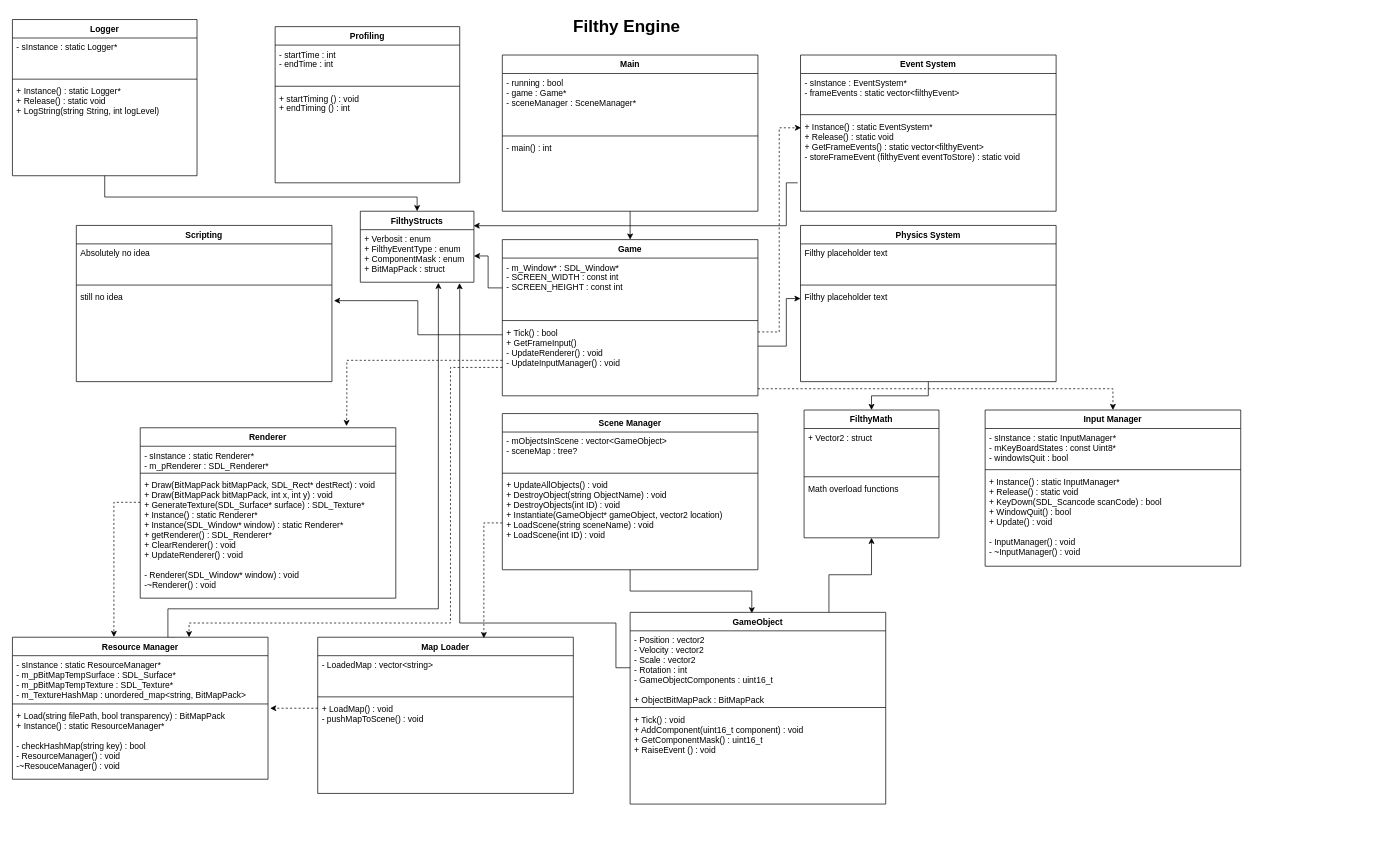
Earlier version of the draw.io diagram SDLMark1/FilthyEngine.drawio (Oshawatt123/UniGameEngine). Source tidied: cells renumbered, new cells numbered last; positions are measured from the earlier drawing's top-left corner, leaving out a move shared by most shapes. Both pictures are drawn from the tidied source at 71%, with x=0, y=0 at pixel (12, 12).
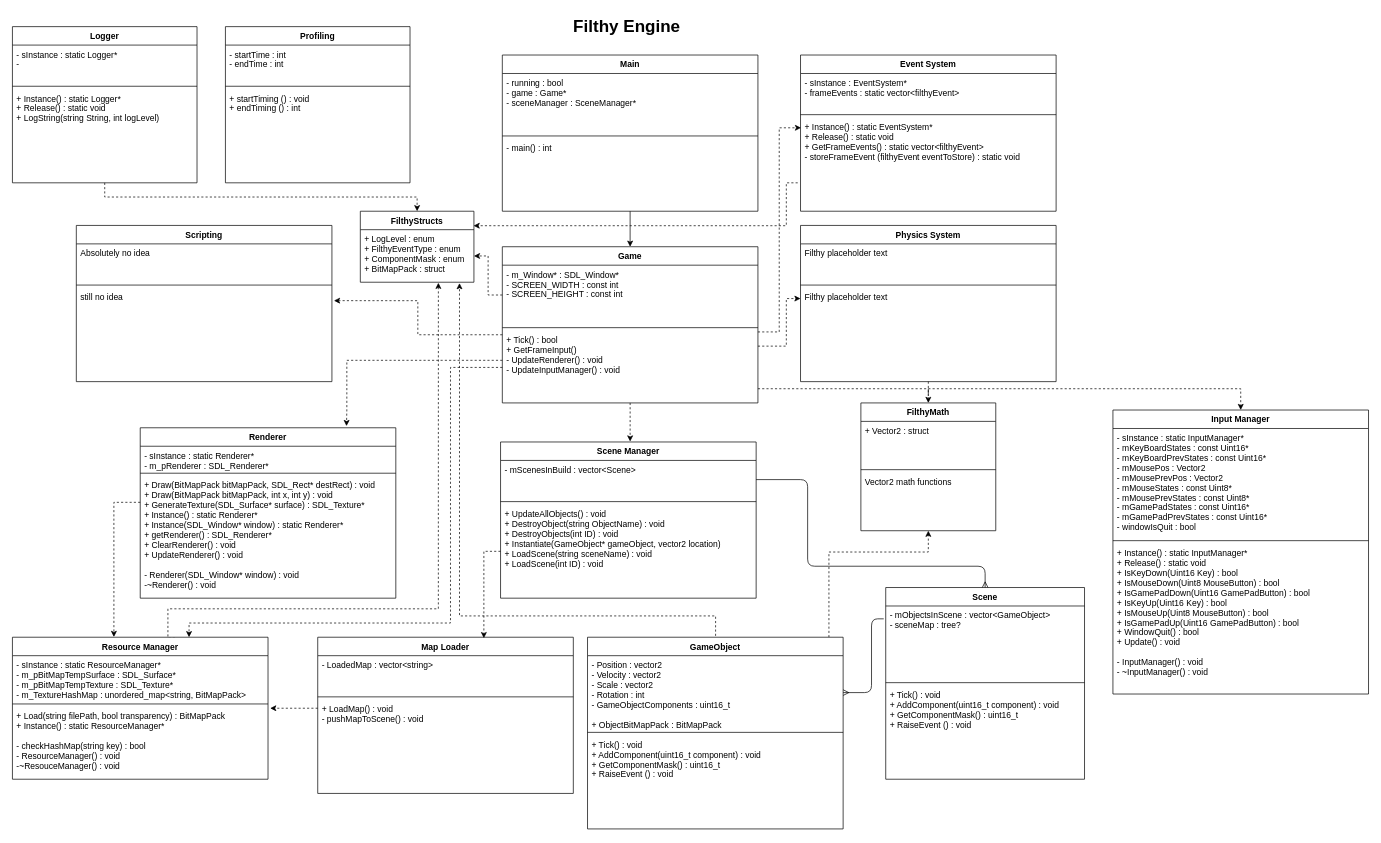
The same page after the edit.

Commit message (it also covers changes not shown here):
Engine proposal changes

Unchanged cells that the change refers to:
```xml
<mxCell id="13" value="Resource Manager" style="swimlane;fontStyle=1;align=center;verticalAlign=top;horizontal=1;startSize=26;" parent="1" vertex="1">
  <mxGeometry y="880" width="360" height="200" as="geometry" />
</mxCell>
<mxCell id="22" value="- m_Window* : SDL_Window*&#10;- SCREEN_WIDTH : const int&#10;- SCREEN_HEIGHT : const int" style="text;strokeColor=none;fillColor=none;align=left;verticalAlign=top;spacingLeft=4;spacingRight=4;overflow=hidden;points=[[0,0.5],[1,0.5]];portConstraint=eastwest;" parent="21" vertex="1">
  <mxGeometry y="26" width="360" height="84" as="geometry" />
</mxCell>
<mxCell id="26" value="Main" style="swimlane;fontStyle=1;align=center;verticalAlign=top;horizontal=1;startSize=26;" parent="1" vertex="1">
  <mxGeometry x="690" y="60" width="360" height="220" as="geometry" />
</mxCell>
<mxCell id="43" value="+ Instance() : static EventSystem*&#10;+ Release() : static void&#10;+ GetFrameEvents() : static vector&lt;filthyEvent&gt;&#10;- storeFrameEvent (filthyEvent eventToStore) : static void" style="text;strokeColor=none;fillColor=none;align=left;verticalAlign=top;spacingLeft=4;spacingRight=4;overflow=hidden;points=[[0,0.5],[1,0.5]];portConstraint=eastwest;" parent="40" vertex="1">
  <mxGeometry y="88" width="360" height="132" as="geometry" />
</mxCell>
<mxCell id="50" value="- Position : vector2&#10;- Velocity : vector2&#10;- Scale : vector2&#10;- Rotation : int&#10;- GameObjectComponents : uint16_t&#10;&#10;+ ObjectBitMapPack : BitMapPack" style="text;strokeColor=none;fillColor=none;align=left;verticalAlign=top;spacingLeft=4;spacingRight=4;overflow=hidden;points=[[0,0.5],[1,0.5]];portConstraint=eastwest;" parent="49" vertex="1">
  <mxGeometry y="26" width="360" height="104" as="geometry" />
</mxCell>
<mxCell id="54" value="Physics System" style="swimlane;fontStyle=1;align=center;verticalAlign=top;horizontal=1;startSize=26;" parent="1" vertex="1">
  <mxGeometry x="1110" y="300" width="360" height="220" as="geometry" />
</mxCell>
<mxCell id="57" value="Filthy placeholder text" style="text;strokeColor=none;fillColor=none;align=left;verticalAlign=top;spacingLeft=4;spacingRight=4;overflow=hidden;points=[[0,0.5],[1,0.5]];portConstraint=eastwest;" parent="54" vertex="1">
  <mxGeometry y="88" width="360" height="132" as="geometry" />
</mxCell>
<mxCell id="61" value="still no idea" style="text;strokeColor=none;fillColor=none;align=left;verticalAlign=top;spacingLeft=4;spacingRight=4;overflow=hidden;points=[[0,0.5],[1,0.5]];portConstraint=eastwest;" parent="58" vertex="1">
  <mxGeometry y="88" width="360" height="132" as="geometry" />
</mxCell>
<mxCell id="71" value="FilthyStructs" style="swimlane;fontStyle=1;horizontal=1;startSize=26;fillColor=none;" parent="1" vertex="1">
  <mxGeometry x="490" y="280" width="160" height="100" as="geometry" />
</mxCell>
```

Change to the diagram source:
```diff
@@
     <mxCell id="8" value="Input Manager" style="swimlane;fontStyle=1;align=center;verticalAlign=top;horizontal=1;startSize=26;" parent="1" vertex="1">
-      <mxGeometry x="1370" y="560" width="360" height="220" as="geometry" />
+      <mxGeometry x="1550" y="560" width="360" height="400" as="geometry" />
     </mxCell>
-    <mxCell id="9" value="- sInstance : static InputManager*&#10;- mKeyBoardStates : const Uint8*&#10;- windowIsQuit : bool" style="text;strokeColor=none;fillColor=none;align=left;verticalAlign=top;spacingLeft=4;spacingRight=4;overflow=hidden;" parent="8" vertex="1">
-      <mxGeometry y="26" width="360" height="54" as="geometry" />
+    <mxCell id="9" value="- sInstance : static InputManager*&#10;- mKeyBoardStates : const Uint16*&#10;- mKeyBoardPrevStates : const Uint16*&#10;- mMousePos : Vector2&#10;- mMousePrevPos : Vector2&#10;- mMouseStates : const Uint8*&#10;- mMousePrevStates : const Uint8*&#10;- mGamePadStates : const Uint16*&#10;- mGamePadPrevStates : const Uint16*&#10;- windowIsQuit : bool" style="text;strokeColor=none;fillColor=none;align=left;verticalAlign=top;spacingLeft=4;spacingRight=4;overflow=hidden;" parent="8" vertex="1">
+      <mxGeometry y="26" width="360" height="154" as="geometry" />
     </mxCell>
     <mxCell id="10" style="line;strokeWidth=1;fillColor=none;align=left;verticalAlign=middle;spacingTop=-1;spacingLeft=3;spacingRight=3;labelPosition=right;" parent="8" vertex="1">
-      <mxGeometry y="80" width="360" height="8" as="geometry" />
+      <mxGeometry y="180" width="360" height="8" as="geometry" />
     </mxCell>
-    <mxCell id="11" value="+ Instance() : static InputManager*&#10;+ Release() : static void&#10;+ KeyDown(SDL_Scancode scanCode) : bool&#10;+ WindowQuit() : bool&#10;+ Update() : void&#10;&#10;- InputManager() : void&#10;- ~InputManager() : void" style="text;strokeColor=none;fillColor=none;align=left;verticalAlign=top;spacingLeft=4;spacingRight=4;overflow=hidden;" parent="8" vertex="1">
-      <mxGeometry y="88" width="360" height="132" as="geometry" />
+    <mxCell id="11" value="+ Instance() : static InputManager*&#10;+ Release() : static void&#10;+ IsKeyDown(Uint16 Key) : bool&#10;+ IsMouseDown(Uint8 MouseButton) : bool&#10;+ IsGamePadDown(Uint16 GamePadButton) : bool&#10;+ IsKeyUp(Uint16 Key) : bool&#10;+ IsMouseUp(Uint8 MouseButton) : bool&#10;+ IsGamePadUp(Uint16 GamePadButton) : bool&#10;+ WindowQuit() : bool&#10;+ Update() : void&#10;&#10;- InputManager() : void&#10;- ~InputManager() : void" style="text;strokeColor=none;fillColor=none;align=left;verticalAlign=top;spacingLeft=4;spacingRight=4;overflow=hidden;" parent="8" vertex="1">
+      <mxGeometry y="188" width="360" height="212" as="geometry" />
     </mxCell>
-    <mxCell id="12" style="edgeStyle=orthogonalEdgeStyle;rounded=0;jettySize=auto;html=1;entryX=0.687;entryY=1.011;entryDx=0;entryDy=0;entryPerimeter=0;strokeColor=#000000;exitX=0.636;exitY=0.005;exitDx=0;exitDy=0;exitPerimeter=0;" parent="1" edge="1" source="13" target="72">
+    <mxCell id="12" style="edgeStyle=orthogonalEdgeStyle;rounded=0;jettySize=auto;html=1;entryX=0.687;entryY=1.011;entryDx=0;entryDy=0;entryPerimeter=0;strokeColor=#000000;exitX=0.636;exitY=0.005;exitDx=0;exitDy=0;exitPerimeter=0;dashed=1;" parent="1" edge="1" source="13" target="72">
       <mxGeometry relative="1" as="geometry">
         <Array as="points">
           <mxPoint x="219" y="840" />
           <mxPoint x="600" y="840" />
         </Array>
       </mxGeometry>
     </mxCell>
@@
-    <mxCell id="18" style="edgeStyle=orthogonalEdgeStyle;rounded=0;jettySize=auto;html=1;entryX=1.008;entryY=0.136;entryDx=0;entryDy=0;entryPerimeter=0;" parent="1" edge="1" source="21" target="61">
+    <mxCell id="18" style="edgeStyle=orthogonalEdgeStyle;rounded=0;jettySize=auto;html=1;entryX=1.008;entryY=0.136;entryDx=0;entryDy=0;entryPerimeter=0;dashed=1;" parent="1" edge="1" source="21" target="61">
       <mxGeometry relative="1" as="geometry">
         <Array as="points">
           <mxPoint x="571" y="454" />
           <mxPoint x="571" y="406" />
         </Array>
       </mxGeometry>
     </mxCell>
-    <mxCell id="19" style="edgeStyle=orthogonalEdgeStyle;rounded=0;jettySize=auto;html=1;entryX=0;entryY=0.114;entryDx=0;entryDy=0;entryPerimeter=0;" parent="1" edge="1" source="21" target="57">
+    <mxCell id="19" style="edgeStyle=orthogonalEdgeStyle;rounded=0;jettySize=auto;html=1;entryX=0;entryY=0.114;entryDx=0;entryDy=0;entryPerimeter=0;dashed=1;" parent="1" edge="1" source="21" target="57">
       <mxGeometry relative="1" as="geometry">
         <Array as="points">
           <mxPoint x="1090" y="470" />
           <mxPoint x="1090" y="403" />
         </Array>
       </mxGeometry>
     </mxCell>
     <mxCell id="20" style="edgeStyle=orthogonalEdgeStyle;rounded=0;jettySize=auto;html=1;entryX=0.5;entryY=0;entryDx=0;entryDy=0;dashed=1;" parent="1" edge="1" source="21" target="8">
       <mxGeometry relative="1" as="geometry">
         <Array as="points">
-          <mxPoint x="1550" y="530" />
+          <mxPoint x="1730" y="530" />
         </Array>
       </mxGeometry>
     </mxCell>
+    <mxCell id="79" style="edgeStyle=orthogonalEdgeStyle;rounded=0;jettySize=auto;html=1;entryX=0.507;entryY=-0.003;entryDx=0;entryDy=0;entryPerimeter=0;dashed=1;" parent="1" edge="1" source="21" target="31">
+      <mxGeometry relative="1" as="geometry" />
+    </mxCell>
     <mxCell id="21" value="Game" style="swimlane;fontStyle=1;align=center;verticalAlign=top;horizontal=1;startSize=26;" parent="1" vertex="1">
-      <mxGeometry x="690" y="320" width="360" height="220" as="geometry" />
+      <mxGeometry x="690" y="330" width="360" height="220" as="geometry" />
     </mxCell>
@@
-    <mxCell id="25" style="edgeStyle=orthogonalEdgeStyle;rounded=0;jettySize=auto;html=1;entryX=0.5;entryY=0;entryDx=0;entryDy=0;" parent="1" edge="1" source="26" target="21">
+    <mxCell id="25" style="rounded=0;jettySize=auto;html=1;entryX=0.5;entryY=0;entryDx=0;entryDy=0;elbow=vertical;" parent="1" edge="1" source="26" target="21">
       <mxGeometry relative="1" as="geometry" />
     </mxCell>
@@
-    <mxCell id="30" style="edgeStyle=orthogonalEdgeStyle;rounded=0;jettySize=auto;html=1;entryX=0.476;entryY=0.005;entryDx=0;entryDy=0;entryPerimeter=0;strokeColor=#000000;" parent="1" edge="1" source="31" target="49">
-      <mxGeometry relative="1" as="geometry" />
-    </mxCell>
     <mxCell id="31" value="Scene Manager" style="swimlane;fontStyle=1;align=center;verticalAlign=top;horizontal=1;startSize=26;" parent="1" vertex="1">
-      <mxGeometry x="690" y="565" width="360" height="220" as="geometry" />
+      <mxGeometry x="687.5" y="605" width="360" height="220" as="geometry" />
     </mxCell>
-    <mxCell id="32" value="- mObjectsInScene : vector&lt;GameObject&gt;&#10;- sceneMap : tree?" style="text;strokeColor=none;fillColor=none;align=left;verticalAlign=top;spacingLeft=4;spacingRight=4;overflow=hidden;points=[[0,0.5],[1,0.5]];portConstraint=eastwest;" parent="31" vertex="1">
+    <mxCell id="32" value="- mScenesInBuild : vector&lt;Scene&gt;" style="text;strokeColor=none;fillColor=none;align=left;verticalAlign=top;spacingLeft=4;spacingRight=4;overflow=hidden;points=[[0,0.5],[1,0.5]];portConstraint=eastwest;" parent="31" vertex="1">
       <mxGeometry y="26" width="360" height="54" as="geometry" />
     </mxCell>
@@
-    <mxCell id="35" style="edgeStyle=orthogonalEdgeStyle;rounded=0;jettySize=auto;html=1;entryX=0.5;entryY=0;entryDx=0;entryDy=0;strokeColor=#000000;" parent="1" edge="1" source="36" target="71">
+    <mxCell id="35" style="edgeStyle=orthogonalEdgeStyle;rounded=0;jettySize=auto;html=1;entryX=0.5;entryY=0;entryDx=0;entryDy=0;strokeColor=#000000;dashed=1;" parent="1" edge="1" source="36" target="71">
       <mxGeometry relative="1" as="geometry">
         <Array as="points">
           <mxPoint x="130" y="260" />
           <mxPoint x="570" y="260" />
         </Array>
       </mxGeometry>
     </mxCell>
     <mxCell id="36" value="Logger" style="swimlane;fontStyle=1;align=center;verticalAlign=top;horizontal=1;startSize=26;" parent="1" vertex="1">
-      <mxGeometry y="10" width="260" height="220" as="geometry" />
+      <mxGeometry y="20" width="260" height="220" as="geometry" />
     </mxCell>
-    <mxCell id="37" value="- sInstance : static Logger*" style="text;strokeColor=none;fillColor=none;align=left;verticalAlign=top;spacingLeft=4;spacingRight=4;overflow=hidden;" parent="36" vertex="1">
+    <mxCell id="37" value="- sInstance : static Logger*&#10;- " style="text;strokeColor=none;fillColor=none;align=left;verticalAlign=top;spacingLeft=4;spacingRight=4;overflow=hidden;" parent="36" vertex="1">
       <mxGeometry y="26" width="260" height="54" as="geometry" />
     </mxCell>
@@
     <mxCell id="44" value="Profiling" style="swimlane;fontStyle=1;align=center;verticalAlign=top;horizontal=1;startSize=26;" parent="1" vertex="1">
-      <mxGeometry x="370" y="20" width="260" height="220" as="geometry" />
+      <mxGeometry x="300" y="20" width="260" height="220" as="geometry" />
     </mxCell>
@@
-    <mxCell id="48" style="edgeStyle=orthogonalEdgeStyle;rounded=0;jettySize=auto;html=1;entryX=0.5;entryY=1;entryDx=0;entryDy=0;entryPerimeter=0;strokeColor=#000000;" parent="1" edge="1" source="49" target="69">
+    <mxCell id="48" style="edgeStyle=orthogonalEdgeStyle;rounded=0;jettySize=auto;html=1;entryX=0.5;entryY=1;entryDx=0;entryDy=0;entryPerimeter=0;strokeColor=#000000;dashed=1;" parent="1" edge="1" source="49" target="69">
       <mxGeometry relative="1" as="geometry">
         <Array as="points">
-          <mxPoint x="1150" y="792" />
-          <mxPoint x="1210" y="792" />
+          <mxPoint x="1150" y="760" />
         </Array>
       </mxGeometry>
     </mxCell>
     <mxCell id="49" value="GameObject" style="swimlane;fontStyle=1;align=center;verticalAlign=top;horizontal=1;startSize=26;" parent="1" vertex="1">
-      <mxGeometry x="870" y="845" width="360" height="270" as="geometry" />
+      <mxGeometry x="810" y="880" width="360" height="270" as="geometry" />
     </mxCell>
@@
-    <mxCell id="53" style="edgeStyle=orthogonalEdgeStyle;rounded=0;jettySize=auto;html=1;entryX=0.5;entryY=0;entryDx=0;entryDy=0;strokeColor=#000000;" parent="1" edge="1" source="54" target="66">
+    <mxCell id="53" style="edgeStyle=orthogonalEdgeStyle;rounded=0;jettySize=auto;html=1;entryX=0.5;entryY=0;entryDx=0;entryDy=0;strokeColor=#000000;dashed=1;" parent="1" edge="1" source="54" target="66">
       <mxGeometry relative="1" as="geometry" />
     </mxCell>
@@
     <mxCell id="66" value="FilthyMath" style="swimlane;fontStyle=1;align=center;verticalAlign=top;horizontal=1;startSize=26;" parent="1" vertex="1">
-      <mxGeometry x="1115" y="560" width="190" height="180" as="geometry" />
+      <mxGeometry x="1195" y="550" width="190" height="180" as="geometry" />
     </mxCell>
@@
-    <mxCell id="69" value="Math overload functions" style="text;strokeColor=none;fillColor=none;align=left;verticalAlign=top;spacingLeft=4;spacingRight=4;overflow=hidden;points=[[0,0.5],[1,0.5]];portConstraint=eastwest;" parent="66" vertex="1">
+    <mxCell id="69" value="Vector2 math functions" style="text;strokeColor=none;fillColor=none;align=left;verticalAlign=top;spacingLeft=4;spacingRight=4;overflow=hidden;points=[[0,0.5],[1,0.5]];portConstraint=eastwest;" parent="66" vertex="1">
       <mxGeometry y="98" width="190" height="82" as="geometry" />
     </mxCell>
@@
-    <mxCell id="72" value="+ Verbosit : enum&#10;+ FilthyEventType : enum&#10;+ ComponentMask : enum&#10;+ BitMapPack : struct" style="text;strokeColor=none;fillColor=none;align=left;verticalAlign=top;spacingLeft=4;spacingRight=4;overflow=hidden;points=[[0,0.5],[1,0.5]];portConstraint=eastwest;" parent="71" vertex="1">
+    <mxCell id="72" value="+ LogLevel : enum&#10;+ FilthyEventType : enum&#10;+ ComponentMask : enum&#10;+ BitMapPack : struct" style="text;strokeColor=none;fillColor=none;align=left;verticalAlign=top;spacingLeft=4;spacingRight=4;overflow=hidden;points=[[0,0.5],[1,0.5]];portConstraint=eastwest;" parent="71" vertex="1">
       <mxGeometry y="26" width="160" height="74" as="geometry" />
     </mxCell>
@@
-    <mxCell id="76" style="edgeStyle=orthogonalEdgeStyle;rounded=0;jettySize=auto;html=1;entryX=1;entryY=0.5;entryDx=0;entryDy=0;strokeColor=#000000;" parent="1" edge="1" source="22" target="72">
+    <mxCell id="76" style="edgeStyle=orthogonalEdgeStyle;rounded=0;jettySize=auto;html=1;entryX=1;entryY=0.5;entryDx=0;entryDy=0;strokeColor=#000000;dashed=1;" parent="1" edge="1" source="22" target="72">
       <mxGeometry relative="1" as="geometry" />
     </mxCell>
-    <mxCell id="77" style="edgeStyle=orthogonalEdgeStyle;rounded=0;jettySize=auto;html=1;entryX=0.997;entryY=0.204;entryDx=0;entryDy=0;entryPerimeter=0;strokeColor=#000000;exitX=-0.011;exitY=0.697;exitDx=0;exitDy=0;exitPerimeter=0;" parent="1" edge="1" source="43" target="71">
+    <mxCell id="77" style="edgeStyle=orthogonalEdgeStyle;rounded=0;jettySize=auto;html=1;entryX=0.997;entryY=0.204;entryDx=0;entryDy=0;entryPerimeter=0;strokeColor=#000000;exitX=-0.011;exitY=0.697;exitDx=0;exitDy=0;exitPerimeter=0;dashed=1;" parent="1" edge="1" source="43" target="71">
       <mxGeometry relative="1" as="geometry">
         <Array as="points">
           <mxPoint x="1090" y="240" />
           <mxPoint x="1090" y="300" />
         </Array>
       </mxGeometry>
     </mxCell>
-    <mxCell id="78" style="edgeStyle=orthogonalEdgeStyle;rounded=0;jettySize=auto;html=1;strokeColor=#000000;entryX=0.873;entryY=1.017;entryDx=0;entryDy=0;entryPerimeter=0;" parent="1" edge="1" source="50" target="72">
+    <mxCell id="78" style="edgeStyle=orthogonalEdgeStyle;rounded=0;jettySize=auto;html=1;strokeColor=#000000;entryX=0.873;entryY=1.017;entryDx=0;entryDy=0;entryPerimeter=0;dashed=1;exitX=0.501;exitY=-0.007;exitDx=0;exitDy=0;exitPerimeter=0;" parent="1" edge="1" source="49" target="72">
       <mxGeometry relative="1" as="geometry">
         <Array as="points">
-          <mxPoint x="850" y="923" />
-          <mxPoint x="850" y="860" />
-          <mxPoint x="630" y="860" />
-          <mxPoint x="630" y="390" />
+          <mxPoint x="990" y="850" />
+          <mxPoint x="630" y="850" />
         </Array>
       </mxGeometry>
     </mxCell>
+    <mxCell id="80" value="Scene" style="swimlane;fontStyle=1;align=center;verticalAlign=top;horizontal=1;startSize=26;" parent="1" vertex="1">
+      <mxGeometry x="1230" y="810" width="280" height="270" as="geometry" />
+    </mxCell>
+    <mxCell id="81" value="- mObjectsInScene : vector&lt;GameObject&gt;&#10;- sceneMap : tree?" style="text;strokeColor=none;fillColor=none;align=left;verticalAlign=top;spacingLeft=4;spacingRight=4;overflow=hidden;points=[[0,0.5],[1,0.5]];portConstraint=eastwest;" parent="80" vertex="1">
+      <mxGeometry y="26" width="280" height="104" as="geometry" />
+    </mxCell>
+    <mxCell id="82" style="line;strokeWidth=1;fillColor=none;align=left;verticalAlign=middle;spacingTop=-1;spacingLeft=3;spacingRight=3;labelPosition=right;" parent="80" vertex="1">
+      <mxGeometry y="130" width="280" height="8" as="geometry" />
+    </mxCell>
+    <mxCell id="83" value="+ Tick() : void&#10;+ AddComponent(uint16_t component) : void&#10;+ GetComponentMask() : uint16_t&#10;+ RaiseEvent () : void" style="text;strokeColor=none;fillColor=none;align=left;verticalAlign=top;spacingLeft=4;spacingRight=4;overflow=hidden;" parent="80" vertex="1">
+      <mxGeometry y="138" width="280" height="132" as="geometry" />
+    </mxCell>
+    <mxCell id="84" style="edgeStyle=orthogonalEdgeStyle;fontSize=12;html=1;endArrow=ERmany;exitX=1;exitY=0.5;exitDx=0;exitDy=0;entryX=0.5;entryY=0;entryDx=0;entryDy=0;" parent="1" edge="1" source="32" target="80">
+      <mxGeometry relative="1" as="geometry">
+        <Array as="points">
+          <mxPoint x="1120" y="658" />
+          <mxPoint x="1120" y="780" />
+          <mxPoint x="1370" y="780" />
+        </Array>
+      </mxGeometry>
+    </mxCell>
+    <mxCell id="85" style="edgeStyle=orthogonalEdgeStyle;fontSize=12;html=1;endArrow=ERmany;exitX=-0.01;exitY=0.174;exitDx=0;exitDy=0;entryX=1;entryY=0.5;entryDx=0;entryDy=0;exitPerimeter=0;" parent="1" edge="1" source="81" target="50">
+      <mxGeometry relative="1" as="geometry">
+        <Array as="points">
+          <mxPoint x="1210" y="854" />
+          <mxPoint x="1210" y="958" />
+        </Array>
+      </mxGeometry>
+    </mxCell>
```
